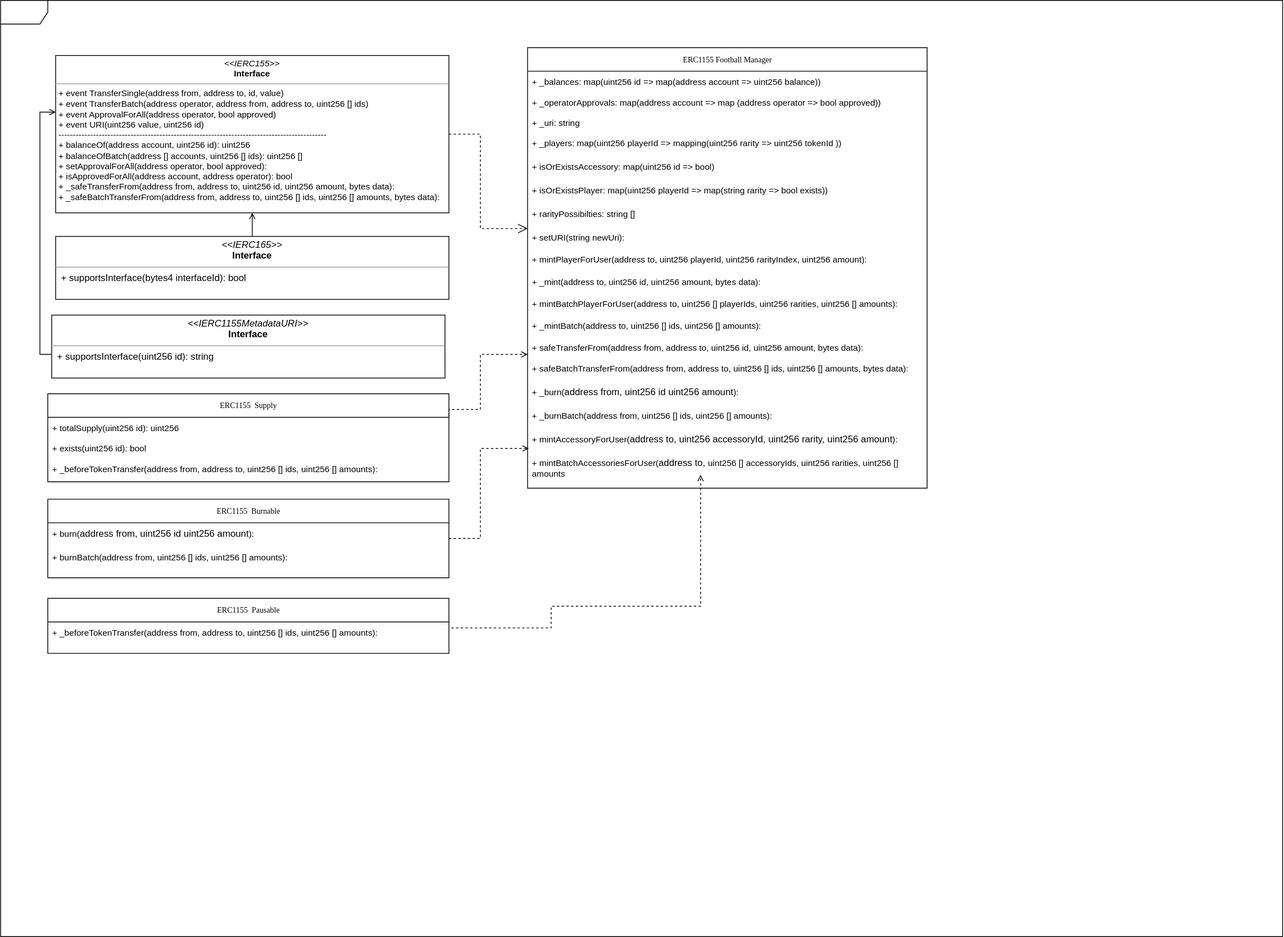
Before: diagrams/ERC1155.drawio.svg, a diagram exported from draw.io (RasenGUY/smartDev). Source tidied: cells renumbered, new cells last; positions are measured from the earlier drawing's top-left corner, leaving out a move shared by most shapes.
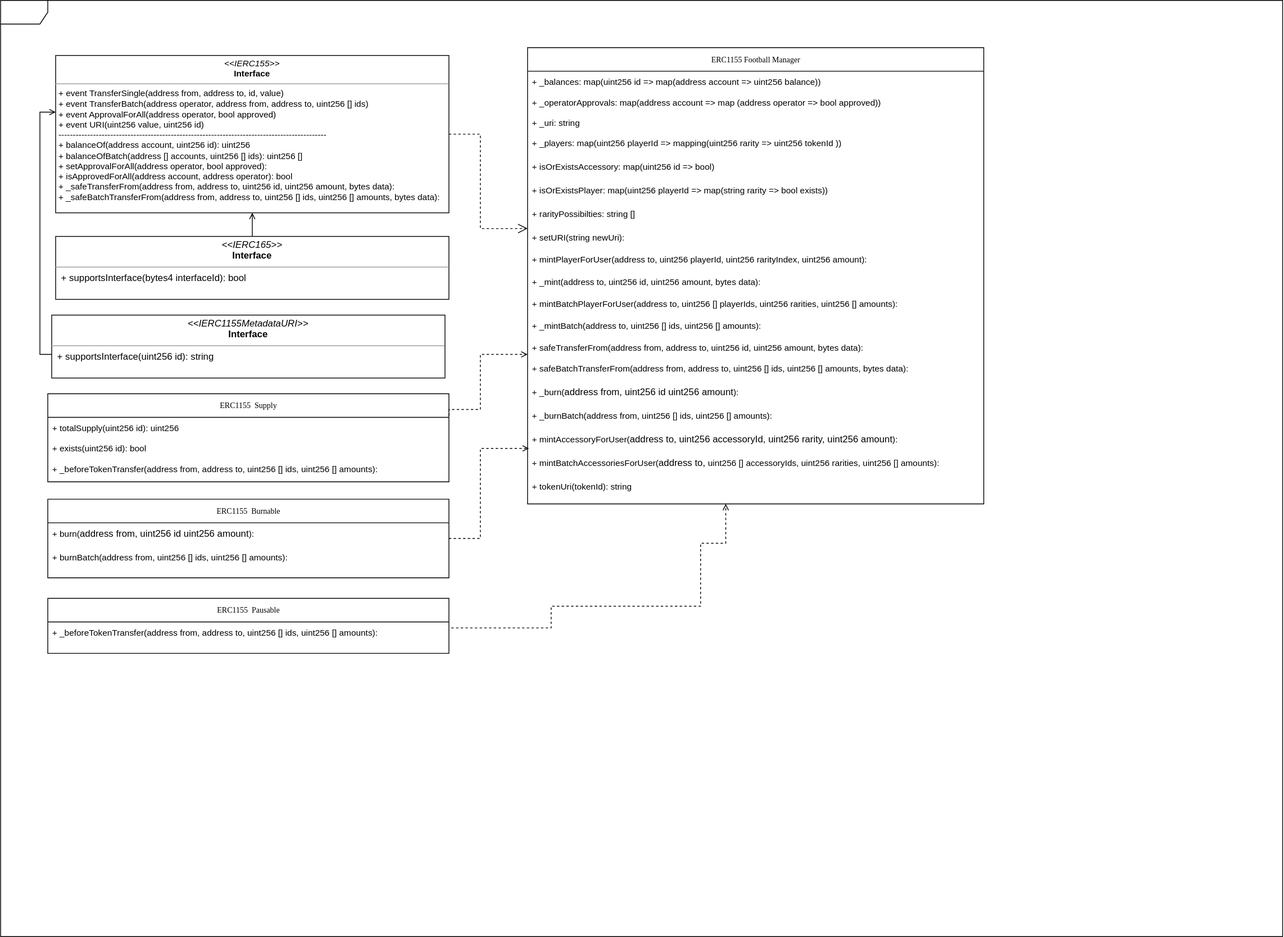
The same diagram one commit later.

What changed in the source:
```diff
@@ -6,62 +6,65 @@
       <mxGeometry width="1630" height="1190" as="geometry" />
     </mxCell>
     <mxCell id="3" value="ERC1155 Football Manager" style="swimlane;html=1;fontStyle=0;horizontal=1;startSize=30;fillColor=none;swimlaneFillColor=#ffffff;rounded=0;shadow=0;comic=0;labelBackgroundColor=none;strokeWidth=1;fontFamily=Verdana;fontSize=10;align=center;" parent="1" vertex="1">
-      <mxGeometry x="670" y="60" width="508" height="560" as="geometry" />
+      <mxGeometry x="670" y="60" width="580" height="580" as="geometry" />
     </mxCell>
     <mxCell id="4" value="&lt;font style=&quot;font-size: 11px&quot;&gt;+ _balances: map(uint256 id =&amp;gt; map(address account =&amp;gt; uint256 balance))&lt;/font&gt;" style="text;html=1;strokeColor=none;fillColor=none;align=left;verticalAlign=top;spacingLeft=4;spacingRight=4;whiteSpace=wrap;overflow=hidden;" parent="3" vertex="1">
-      <mxGeometry y="30" width="508" height="26" as="geometry" />
+      <mxGeometry y="30" width="580" height="26" as="geometry" />
     </mxCell>
     <mxCell id="5" value="&lt;font style=&quot;font-size: 11px&quot;&gt;+ _operatorApprovals: map(address account =&amp;gt; map (address operator =&amp;gt; bool approved))&amp;nbsp;&amp;nbsp;&lt;/font&gt;" style="text;html=1;strokeColor=none;fillColor=none;align=left;verticalAlign=top;spacingLeft=4;spacingRight=4;whiteSpace=wrap;overflow=hidden;" parent="3" vertex="1">
-      <mxGeometry y="56" width="508" height="26" as="geometry" />
+      <mxGeometry y="56" width="580" height="26" as="geometry" />
     </mxCell>
     <mxCell id="6" value="&lt;font style=&quot;font-size: 11px&quot;&gt;+ _uri: string&lt;/font&gt;" style="text;html=1;strokeColor=none;fillColor=none;align=left;verticalAlign=top;spacingLeft=4;spacingRight=4;whiteSpace=wrap;overflow=hidden;" parent="3" vertex="1">
-      <mxGeometry y="82" width="508" height="26" as="geometry" />
+      <mxGeometry y="82" width="580" height="26" as="geometry" />
     </mxCell>
     <mxCell id="7" value="&lt;font face=&quot;helvetica&quot;&gt;&lt;span style=&quot;font-size: 11px&quot;&gt;+ _players: map(uint256 playerId =&amp;gt; mapping(uint256 rarity =&amp;gt; uint256 tokenId ))&lt;/span&gt;&lt;/font&gt;" style="text;html=1;strokeColor=none;fillColor=none;align=left;verticalAlign=top;spacingLeft=4;spacingRight=4;whiteSpace=wrap;overflow=hidden;" parent="3" vertex="1">
-      <mxGeometry y="108" width="508" height="30" as="geometry" />
+      <mxGeometry y="108" width="580" height="30" as="geometry" />
     </mxCell>
     <mxCell id="8" value="&lt;font face=&quot;helvetica&quot;&gt;&lt;span style=&quot;font-size: 11px&quot;&gt;+ isOrExistsAccessory: map(uint256 id =&amp;gt; bool)&lt;/span&gt;&lt;/font&gt;" style="text;html=1;strokeColor=none;fillColor=none;align=left;verticalAlign=top;spacingLeft=4;spacingRight=4;whiteSpace=wrap;overflow=hidden;" parent="3" vertex="1">
-      <mxGeometry y="138" width="508" height="30" as="geometry" />
+      <mxGeometry y="138" width="580" height="30" as="geometry" />
     </mxCell>
     <mxCell id="9" value="&lt;span style=&quot;font-family: &amp;#34;helvetica&amp;#34; ; font-size: 11px&quot;&gt;+ isOrExistsPlayer: map(uint256 playerId =&amp;gt; map(string rarity =&amp;gt; bool exists))&lt;/span&gt;" style="text;html=1;strokeColor=none;fillColor=none;align=left;verticalAlign=top;spacingLeft=4;spacingRight=4;whiteSpace=wrap;overflow=hidden;" parent="3" vertex="1">
-      <mxGeometry y="168" width="508" height="30" as="geometry" />
+      <mxGeometry y="168" width="580" height="30" as="geometry" />
     </mxCell>
     <mxCell id="10" value="&lt;span style=&quot;font-family: &amp;#34;helvetica&amp;#34; ; font-size: 11px&quot;&gt;+ rarityPossibilties: string []&lt;/span&gt;" style="text;html=1;strokeColor=none;fillColor=none;align=left;verticalAlign=top;spacingLeft=4;spacingRight=4;whiteSpace=wrap;overflow=hidden;" parent="3" vertex="1">
-      <mxGeometry y="198" width="508" height="30" as="geometry" />
+      <mxGeometry y="198" width="580" height="30" as="geometry" />
     </mxCell>
     <mxCell id="11" value="&lt;font style=&quot;font-size: 11px&quot;&gt;+ setURI(string newUri):&amp;nbsp;&amp;nbsp;&lt;/font&gt;" style="text;html=1;align=left;verticalAlign=top;spacingLeft=4;spacingRight=4;whiteSpace=wrap;overflow=hidden;" parent="3" vertex="1">
-      <mxGeometry y="228" width="508" height="28" as="geometry" />
+      <mxGeometry y="228" width="580" height="28" as="geometry" />
     </mxCell>
     <mxCell id="12" value="&lt;span style=&quot;font-size: 11px&quot;&gt;+ mintPlayerForUser(address to, uint256 playerId, uint256 rarityIndex, uint256 amount):&amp;nbsp;&amp;nbsp;&lt;/span&gt;" style="text;html=1;align=left;verticalAlign=top;spacingLeft=4;spacingRight=4;whiteSpace=wrap;overflow=hidden;" parent="3" vertex="1">
-      <mxGeometry y="256" width="508" height="28" as="geometry" />
+      <mxGeometry y="256" width="580" height="28" as="geometry" />
     </mxCell>
     <mxCell id="13" value="&lt;span style=&quot;font-size: 11px&quot;&gt;+ _mint(address to, uint256 id, uint256 amount, bytes data):&amp;nbsp;&amp;nbsp;&lt;/span&gt;" style="text;html=1;align=left;verticalAlign=top;spacingLeft=4;spacingRight=4;whiteSpace=wrap;overflow=hidden;" parent="3" vertex="1">
-      <mxGeometry y="284" width="508" height="28" as="geometry" />
+      <mxGeometry y="284" width="580" height="28" as="geometry" />
     </mxCell>
     <mxCell id="14" value="&lt;font style=&quot;font-size: 11px&quot;&gt;+ mintBatchPlayerForUser(address to, uint256 [] playerIds, uint256 rarities, uint256 [] amounts):&amp;nbsp;&amp;nbsp;&lt;/font&gt;" style="text;html=1;strokeColor=none;fillColor=none;align=left;verticalAlign=top;spacingLeft=4;spacingRight=4;whiteSpace=wrap;overflow=hidden;" parent="3" vertex="1">
-      <mxGeometry y="312" width="508" height="28" as="geometry" />
+      <mxGeometry y="312" width="580" height="28" as="geometry" />
     </mxCell>
     <mxCell id="15" value="&lt;font style=&quot;font-size: 11px&quot;&gt;+ _mintBatch(address to, uint256 [] ids, uint256 [] amounts):&amp;nbsp;&amp;nbsp;&lt;/font&gt;" style="text;html=1;strokeColor=none;fillColor=none;align=left;verticalAlign=top;spacingLeft=4;spacingRight=4;whiteSpace=wrap;overflow=hidden;" parent="3" vertex="1">
-      <mxGeometry y="340" width="508" height="28" as="geometry" />
+      <mxGeometry y="340" width="580" height="28" as="geometry" />
     </mxCell>
     <mxCell id="16" value="&lt;span style=&quot;font-family: &amp;#34;helvetica&amp;#34; ; font-size: 11px&quot;&gt;+ safeTransferFrom(address from, address to, uint256 id, uint256 amount, bytes data):&lt;/span&gt;" style="text;html=1;strokeColor=none;fillColor=none;align=left;verticalAlign=top;spacingLeft=4;spacingRight=4;whiteSpace=wrap;overflow=hidden;" parent="3" vertex="1">
-      <mxGeometry y="368" width="508" height="26" as="geometry" />
+      <mxGeometry y="368" width="580" height="26" as="geometry" />
     </mxCell>
     <mxCell id="17" value="&lt;span style=&quot;font-family: &amp;#34;helvetica&amp;#34; ; font-size: 11px&quot;&gt;+ safeBatchTransferFrom(address from, address to, uint256 [] ids, uint256 [] amounts, bytes data):&lt;/span&gt;" style="text;html=1;strokeColor=none;fillColor=none;align=left;verticalAlign=top;spacingLeft=4;spacingRight=4;whiteSpace=wrap;overflow=hidden;" parent="3" vertex="1">
-      <mxGeometry y="394" width="508" height="30" as="geometry" />
+      <mxGeometry y="394" width="580" height="30" as="geometry" />
     </mxCell>
     <mxCell id="18" value="&lt;span style=&quot;font-family: &amp;#34;helvetica&amp;#34; ; font-size: 11px&quot;&gt;+ _burn(&lt;/span&gt;&lt;span&gt;address from, uint256 id uint256 amount&lt;/span&gt;&lt;span style=&quot;font-family: &amp;#34;helvetica&amp;#34; ; font-size: 11px&quot;&gt;):&lt;/span&gt;" style="text;html=1;strokeColor=none;fillColor=none;align=left;verticalAlign=top;spacingLeft=4;spacingRight=4;whiteSpace=wrap;overflow=hidden;" parent="3" vertex="1">
-      <mxGeometry y="424" width="508" height="30" as="geometry" />
+      <mxGeometry y="424" width="580" height="30" as="geometry" />
     </mxCell>
     <mxCell id="19" value="&lt;span style=&quot;font-family: &amp;#34;helvetica&amp;#34; ; font-size: 11px&quot;&gt;+ _burnBatch(address from, uint256 [] ids, uint256 [] amounts):&lt;/span&gt;" style="text;html=1;strokeColor=none;fillColor=none;align=left;verticalAlign=top;spacingLeft=4;spacingRight=4;whiteSpace=wrap;overflow=hidden;" parent="3" vertex="1">
-      <mxGeometry y="454" width="508" height="30" as="geometry" />
+      <mxGeometry y="454" width="580" height="30" as="geometry" />
     </mxCell>
     <mxCell id="20" value="&lt;span style=&quot;font-family: &amp;#34;helvetica&amp;#34; ; font-size: 11px&quot;&gt;+ mintAccessoryForUser(&lt;/span&gt;&lt;span&gt;address to, uint256 accessoryId, uint256 rarity, uint256 amount&lt;/span&gt;&lt;span style=&quot;font-family: &amp;#34;helvetica&amp;#34; ; font-size: 11px&quot;&gt;):&lt;/span&gt;" style="text;html=1;strokeColor=none;fillColor=none;align=left;verticalAlign=top;spacingLeft=4;spacingRight=4;whiteSpace=wrap;overflow=hidden;points=[[0,0.5],[1,0.5]];portConstraint=eastwest;" parent="3" vertex="1">
-      <mxGeometry y="484" width="508" height="30" as="geometry" />
+      <mxGeometry y="484" width="580" height="30" as="geometry" />
     </mxCell>
-    <mxCell id="21" value="&lt;span style=&quot;font-family: &amp;#34;helvetica&amp;#34; ; font-size: 11px&quot;&gt;+ mintBatchAccessoriesForUser(&lt;/span&gt;&lt;span&gt;address to,&amp;nbsp;&lt;/span&gt;&lt;span style=&quot;font-size: 11px&quot;&gt;uint256 [] accessoryIds, uint256 rarities, uint256 [] amounts&lt;/span&gt;&lt;span&gt;&lt;br&gt;&lt;/span&gt;&lt;span style=&quot;font-family: &amp;#34;helvetica&amp;#34; ; font-size: 11px&quot;&gt;):&lt;/span&gt;" style="text;html=1;strokeColor=none;fillColor=none;align=left;verticalAlign=top;spacingLeft=4;spacingRight=4;whiteSpace=wrap;overflow=hidden;points=[[0,0.5],[1,0.5]];portConstraint=eastwest;" parent="3" vertex="1">
-      <mxGeometry y="514" width="508" height="30" as="geometry" />
+    <mxCell id="21" value="&lt;span style=&quot;font-family: &amp;#34;helvetica&amp;#34; ; font-size: 11px&quot;&gt;+ mintBatchAccessoriesForUser(&lt;/span&gt;&lt;span&gt;address to,&amp;nbsp;&lt;/span&gt;&lt;span style=&quot;font-size: 11px&quot;&gt;uint256 [] accessoryIds, uint256 rarities, uint256 [] amounts&lt;/span&gt;&lt;span style=&quot;font-family: &amp;#34;helvetica&amp;#34; ; font-size: 11px&quot;&gt;):&lt;/span&gt;" style="text;html=1;strokeColor=none;fillColor=none;align=left;verticalAlign=top;spacingLeft=4;spacingRight=4;whiteSpace=wrap;overflow=hidden;points=[[0,0.5],[1,0.5]];portConstraint=eastwest;" parent="3" vertex="1">
+      <mxGeometry y="514" width="580" height="30" as="geometry" />
     </mxCell>
+    <mxCell id="40" value="&lt;font face=&quot;helvetica&quot;&gt;&lt;span style=&quot;font-size: 11px&quot;&gt;+ tokenUri(tokenId): string&lt;/span&gt;&lt;/font&gt;" style="text;html=1;strokeColor=none;fillColor=none;align=left;verticalAlign=top;spacingLeft=4;spacingRight=4;whiteSpace=wrap;overflow=hidden;" parent="3" vertex="1">
+      <mxGeometry y="544" width="580" height="30" as="geometry" />
+    </mxCell>
     <mxCell id="22" style="edgeStyle=orthogonalEdgeStyle;rounded=0;html=1;labelBackgroundColor=none;startFill=0;endArrow=open;endFill=0;endSize=10;fontFamily=Verdana;fontSize=10;dashed=1;" parent="1" edge="1" source="23" target="3">
       <mxGeometry relative="1" as="geometry">
         <Array as="points">
@@ -119,13 +122,15 @@
     <mxCell id="35" value="&lt;span style=&quot;font-family: &amp;#34;helvetica&amp;#34; ; font-size: 11px&quot;&gt;+ burnBatch(address from, uint256 [] ids, uint256 [] amounts):&lt;/span&gt;" style="text;html=1;strokeColor=none;fillColor=none;align=left;verticalAlign=top;spacingLeft=4;spacingRight=4;whiteSpace=wrap;overflow=hidden;" parent="33" vertex="1">
       <mxGeometry y="60" width="510" height="30" as="geometry" />
     </mxCell>
-    <mxCell id="36" style="edgeStyle=orthogonalEdgeStyle;rounded=0;jettySize=auto;html=1;dashed=1;endArrow=open;endFill=0;exitX=1.006;exitY=0.255;exitDx=0;exitDy=0;exitPerimeter=0;entryX=0.435;entryY=0.968;entryDx=0;entryDy=0;entryPerimeter=0;" parent="1" edge="1" source="38" target="21">
+    <mxCell id="36" style="edgeStyle=orthogonalEdgeStyle;rounded=0;jettySize=auto;html=1;dashed=1;endArrow=open;endFill=0;exitX=1.006;exitY=0.255;exitDx=0;exitDy=0;exitPerimeter=0;" parent="1" edge="1" source="38">
       <mxGeometry relative="1" as="geometry">
+        <mxPoint x="922" y="640" as="targetPoint" />
         <Array as="points">
           <mxPoint x="700" y="798" />
           <mxPoint x="700" y="770" />
           <mxPoint x="890" y="770" />
-          <mxPoint x="890" y="603" />
+          <mxPoint x="890" y="690" />
+          <mxPoint x="922" y="690" />
         </Array>
       </mxGeometry>
     </mxCell>
```
